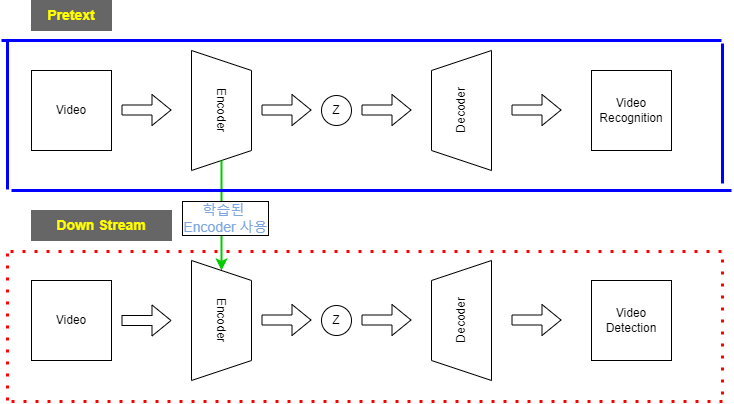
Kyoungrae-Noh/Self-Supervised-Learning keeps this draw.io diagram as 연구주제.drawio.png. Above is the earlier version. Source tidied: cells renumbered, new cells last; positions are measured from the earlier drawing's top-left corner, leaving out a move shared by most shapes.
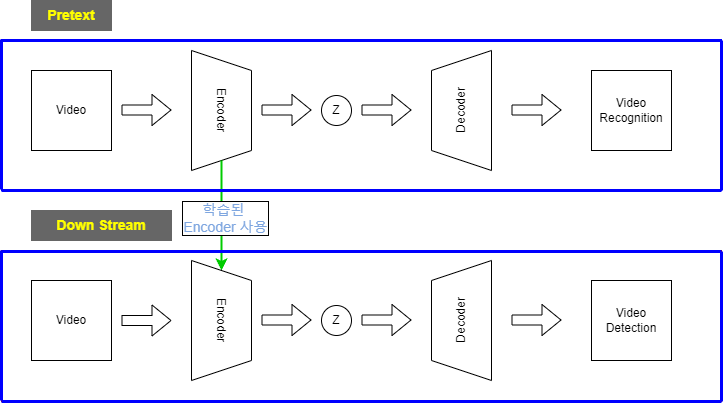
The same file after the commit.

Commit message:
연구주제.drawio.png 업데이트

Change to the diagram source:
```diff
@@ -96,53 +96,59 @@
         <mxPoint x="410" y="319.5" as="targetPoint" />
       </mxGeometry>
     </mxCell>
+    <mxCell id="32" style="group;fillColor=none;strokeColor=#0000FF;" parent="1" vertex="1">
+      <mxGeometry y="39" width="720" height="151" as="geometry" />
+    </mxCell>
-    <mxCell id="24" style="endArrow=none;html=1;fontFamily=Helvetica;fontSize=14;fontColor=#7EA6E0;align=center;strokeColor=#0000FF;strokeWidth=3;fillColor=#FFFFFF;" parent="1" edge="1">
+    <mxCell id="24" style="endArrow=none;html=1;fontFamily=Helvetica;fontSize=14;fontColor=#7EA6E0;align=center;strokeColor=#0000FF;strokeWidth=3;fillColor=#FFFFFF;" parent="32" edge="1">
       <mxGeometry relative="1" as="geometry">
-        <mxPoint x="10" y="190" as="sourcePoint" />
-        <mxPoint x="730" y="190" as="targetPoint" />
+        <mxPoint y="151" as="sourcePoint" />
+        <mxPoint x="720" y="151" as="targetPoint" />
       </mxGeometry>
     </mxCell>
-    <mxCell id="25" style="endArrow=none;html=1;strokeWidth=3;rounded=1;fontSize=14;fontColor=#7EA6E0;fillColor=#FFFFFF;strokeColor=#0000FF;" parent="1" edge="1">
+    <mxCell id="25" style="endArrow=none;html=1;strokeWidth=3;rounded=1;fontSize=14;fontColor=#7EA6E0;fillColor=#FFFFFF;strokeColor=#0000FF;" parent="32" edge="1">
       <mxGeometry relative="1" as="geometry">
-        <mxPoint x="721" y="183" as="sourcePoint" />
-        <mxPoint x="721" y="43" as="targetPoint" />
+        <mxPoint x="720" y="151" as="sourcePoint" />
+        <mxPoint x="720" y="1" as="targetPoint" />
       </mxGeometry>
     </mxCell>
-    <mxCell id="26" style="endArrow=none;html=1;strokeWidth=3;rounded=1;fontSize=14;fontColor=#7EA6E0;fillColor=#FFFFFF;strokeColor=#0000FF;" parent="1" edge="1">
+    <mxCell id="26" style="endArrow=none;html=1;strokeWidth=3;rounded=1;fontSize=14;fontColor=#7EA6E0;fillColor=#FFFFFF;strokeColor=#0000FF;" parent="32" edge="1">
       <mxGeometry relative="1" as="geometry">
-        <mxPoint x="6" y="189" as="sourcePoint" />
-        <mxPoint x="6" y="39" as="targetPoint" />
+        <mxPoint y="150" as="sourcePoint" />
+        <mxPoint as="targetPoint" />
       </mxGeometry>
     </mxCell>
-    <mxCell id="27" style="endArrow=none;html=1;strokeWidth=3;rounded=1;fontSize=14;fontColor=#7EA6E0;fillColor=#FFFFFF;strokeColor=#0000FF;" parent="1" edge="1">
+    <mxCell id="27" style="endArrow=none;html=1;strokeWidth=3;rounded=1;fontSize=14;fontColor=#7EA6E0;fillColor=#FFFFFF;strokeColor=#0000FF;" parent="32" edge="1">
       <mxGeometry relative="1" as="geometry">
-        <mxPoint x="720" y="40" as="sourcePoint" />
-        <mxPoint y="40" as="targetPoint" />
+        <mxPoint x="720" y="1" as="sourcePoint" />
+        <mxPoint y="1" as="targetPoint" />
       </mxGeometry>
     </mxCell>
-    <mxCell id="28" style="endArrow=none;html=1;dashed=1;dashPattern=1 3;fontFamily=Helvetica;fontSize=14;fontColor=#7EA6E0;align=center;strokeColor=#FF0000;strokeWidth=3;fillColor=#FFFFFF;" parent="1" edge="1">
-      <mxGeometry relative="1" as="geometry">
-        <mxPoint x="10" y="401" as="sourcePoint" />
-        <mxPoint x="730" y="401" as="targetPoint" />
-      </mxGeometry>
-    </mxCell>
-    <mxCell id="29" style="endArrow=none;dashed=1;html=1;dashPattern=1 3;strokeWidth=3;rounded=1;fontSize=14;fontColor=#7EA6E0;fillColor=#FFFFFF;strokeColor=#FF0000;" parent="1" edge="1">
-      <mxGeometry relative="1" as="geometry">
-        <mxPoint x="721" y="394" as="sourcePoint" />
-        <mxPoint x="721" y="254" as="targetPoint" />
-      </mxGeometry>
-    </mxCell>
-    <mxCell id="30" style="endArrow=none;dashed=1;html=1;dashPattern=1 3;strokeWidth=3;rounded=1;fontSize=14;fontColor=#7EA6E0;fillColor=#FFFFFF;strokeColor=#FF0000;" parent="1" edge="1">
-      <mxGeometry relative="1" as="geometry">
-        <mxPoint x="720" y="251" as="sourcePoint" />
-        <mxPoint y="251" as="targetPoint" />
-      </mxGeometry>
-    </mxCell>
-    <mxCell id="31" style="endArrow=none;dashed=1;html=1;dashPattern=1 3;strokeWidth=3;rounded=1;fontSize=14;fontColor=#7EA6E0;fillColor=#FFFFFF;strokeColor=#FF0000;" parent="1" edge="1">
-      <mxGeometry relative="1" as="geometry">
-        <mxPoint x="6" y="400" as="sourcePoint" />
-        <mxPoint x="6" y="250" as="targetPoint" />
-      </mxGeometry>
-    </mxCell>
+    <mxCell id="33" style="group;strokeColor=#CC0000;" parent="1" vertex="1">
+      <mxGeometry y="250" width="720" height="151" as="geometry" />
+    </mxCell>
+    <mxCell id="34" style="endArrow=none;html=1;fontFamily=Helvetica;fontSize=14;fontColor=#7EA6E0;align=center;strokeColor=#0000FF;strokeWidth=3;fillColor=#FFFFFF;" parent="33" edge="1">
+      <mxGeometry relative="1" as="geometry">
+        <mxPoint y="151" as="sourcePoint" />
+        <mxPoint x="720" y="151" as="targetPoint" />
+      </mxGeometry>
+    </mxCell>
+    <mxCell id="35" style="endArrow=none;html=1;strokeWidth=3;rounded=1;fontSize=14;fontColor=#7EA6E0;fillColor=#FFFFFF;strokeColor=#0000FF;" parent="33" edge="1">
+      <mxGeometry relative="1" as="geometry">
+        <mxPoint x="720" y="151" as="sourcePoint" />
+        <mxPoint x="720" y="1" as="targetPoint" />
+      </mxGeometry>
+    </mxCell>
+    <mxCell id="36" style="endArrow=none;html=1;strokeWidth=3;rounded=1;fontSize=14;fontColor=#7EA6E0;fillColor=#FFFFFF;strokeColor=#0000FF;" parent="33" edge="1">
+      <mxGeometry relative="1" as="geometry">
+        <mxPoint y="150" as="sourcePoint" />
+        <mxPoint as="targetPoint" />
+      </mxGeometry>
+    </mxCell>
+    <mxCell id="37" style="endArrow=none;html=1;strokeWidth=3;rounded=1;fontSize=14;fontColor=#7EA6E0;fillColor=#FFFFFF;strokeColor=#0000FF;" parent="33" edge="1">
+      <mxGeometry relative="1" as="geometry">
+        <mxPoint x="720" y="1" as="sourcePoint" />
+        <mxPoint y="1" as="targetPoint" />
+      </mxGeometry>
+    </mxCell>
   </root>
 </mxGraphModel>
```
